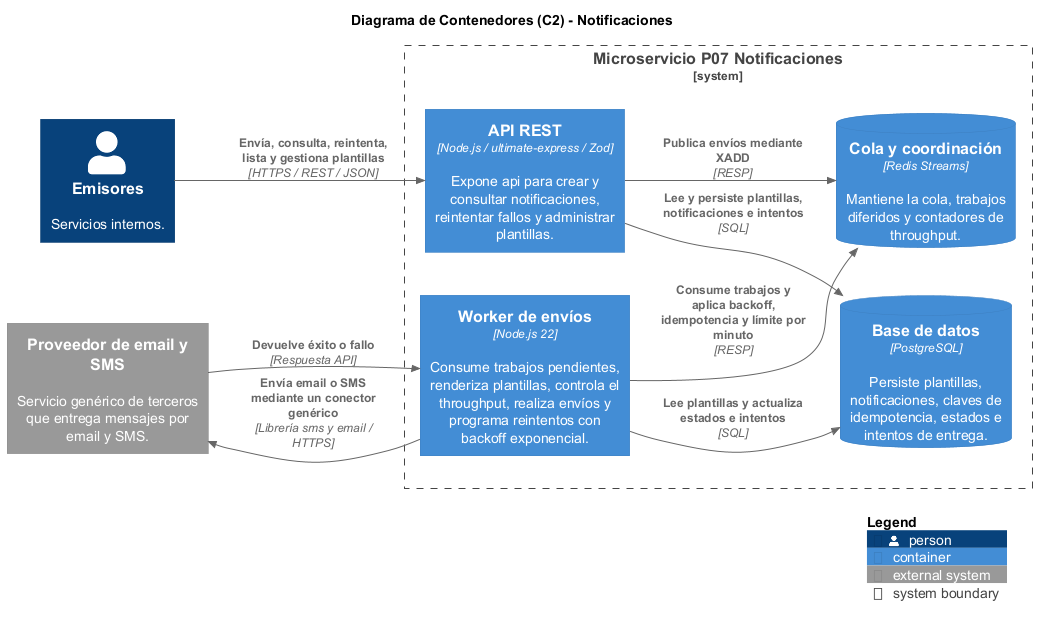
This is notificaciones-architecture/diagrams/C4/contenedores/notificaciones-02-contenedores.png from Frosmin/tigoBootcamp, a PlantUML export, as it was before one commit.
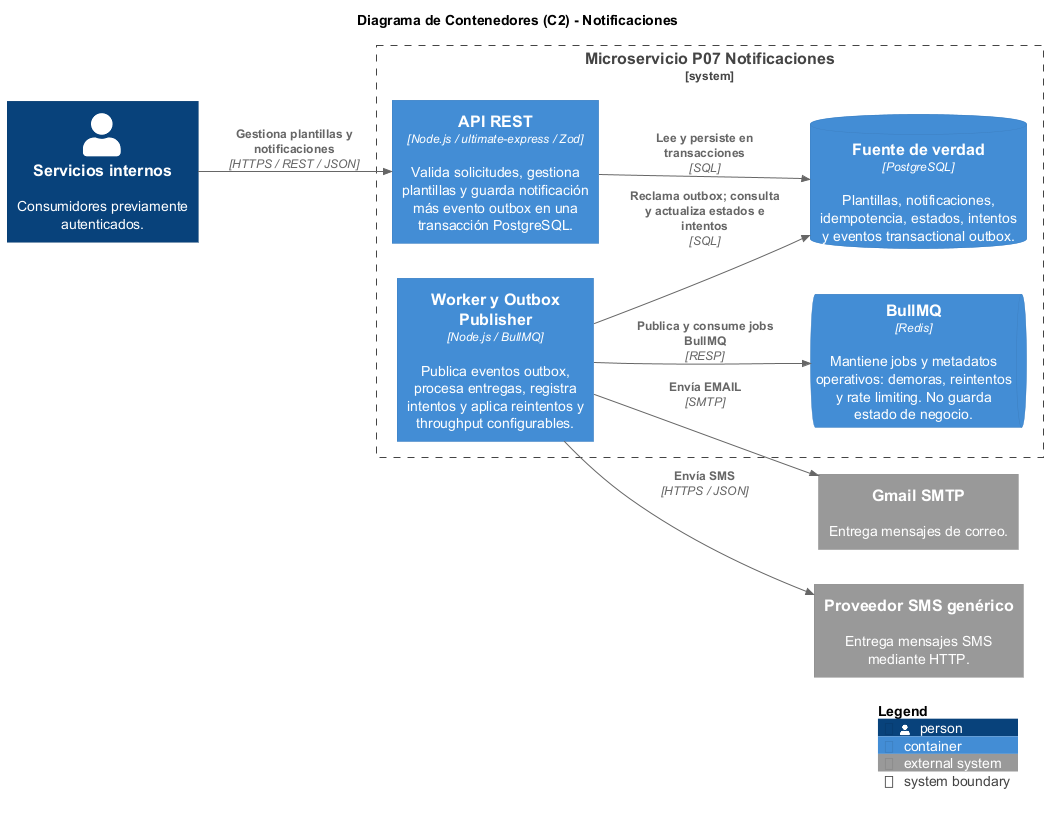
After the change.

What changed in the source:
```diff
@@ -6,24 +6,24 @@
 
 title Diagrama de Contenedores (C2) - Notificaciones
 
-Person(emisores, "Emisores", "Servicios internos.")
-System_Ext(proveedor, "Proveedor de email y SMS", "Servicio genérico de terceros que entrega mensajes por email y SMS.")
+Person(emisores, "Servicios internos", "Consumidores previamente autenticados.")
+System_Ext(gmail, "Gmail SMTP", "Entrega mensajes de correo.")
+System_Ext(sms, "Proveedor SMS genérico", "Entrega mensajes SMS mediante HTTP.")
 
 System_Boundary(p07, "Microservicio P07 Notificaciones") {
-    Container(api, "API REST", "Node.js / ultimate-express / Zod", "Expone api para crear y consultar notificaciones, reintentar fallos y administrar plantillas.")
-    Container(worker, "Worker de envíos", "Node.js 22", "Consume trabajos pendientes, renderiza plantillas, controla el throughput, realiza envíos y programa reintentos con backoff exponencial.")
-    ContainerDb(db, "Base de datos", "PostgreSQL", "Persiste plantillas, notificaciones, claves de idempotencia, estados e intentos de entrega.")
-    ContainerDb(redis, "Cola y coordinación", "Redis Streams", "Mantiene la cola, trabajos diferidos y contadores de throughput.")
+    Container(api, "API REST", "Node.js / ultimate-express / Zod", "Valida solicitudes, gestiona plantillas y guarda notificación más evento outbox en una transacción PostgreSQL.")
+    Container(worker, "Worker y Outbox Publisher", "Node.js / BullMQ", "Publica eventos outbox, procesa entregas, registra intentos y aplica reintentos y throughput configurables.")
+    ContainerDb(db, "Fuente de verdad", "PostgreSQL", "Plantillas, notificaciones, idempotencia, estados, intentos y eventos transactional outbox.")
+    ContainerQueue(redis, "BullMQ", "Redis", "Mantiene jobs y metadatos operativos: demoras, reintentos y rate limiting. No guarda estado de negocio.")
 }
 
-Rel(emisores, api, "Envía, consulta, reintenta, lista y gestiona plantillas", "HTTPS / REST / JSON")
-Rel(api, db, "Lee y persiste plantillas, notificaciones e intentos", "SQL")
-Rel(api, redis, "Publica envíos mediante XADD", "RESP")
+Rel(emisores, api, "Gestiona plantillas y notificaciones", "HTTPS / REST / JSON")
+Rel(api, db, "Lee y persiste en transacciones", "SQL")
 
-Rel(worker, redis, "Consume trabajos y aplica backoff, idempotencia y límite por minuto", "RESP")
-Rel(worker, db, "Lee plantillas y actualiza estados e intentos", "SQL")
-Rel(worker, proveedor, "Envía email o SMS mediante un conector genérico", "Librería sms y email / HTTPS")
-Rel(proveedor, worker, "Devuelve éxito o fallo", "Respuesta API")
+Rel(worker, db, "Reclama outbox; consulta y actualiza estados e intentos", "SQL")
+Rel(worker, redis, "Publica y consume jobs BullMQ", "RESP")
+Rel(worker, gmail, "Envía EMAIL", "SMTP")
+Rel(worker, sms, "Envía SMS", "HTTPS / JSON")
 
 SHOW_LEGEND()
 @enduml
```
